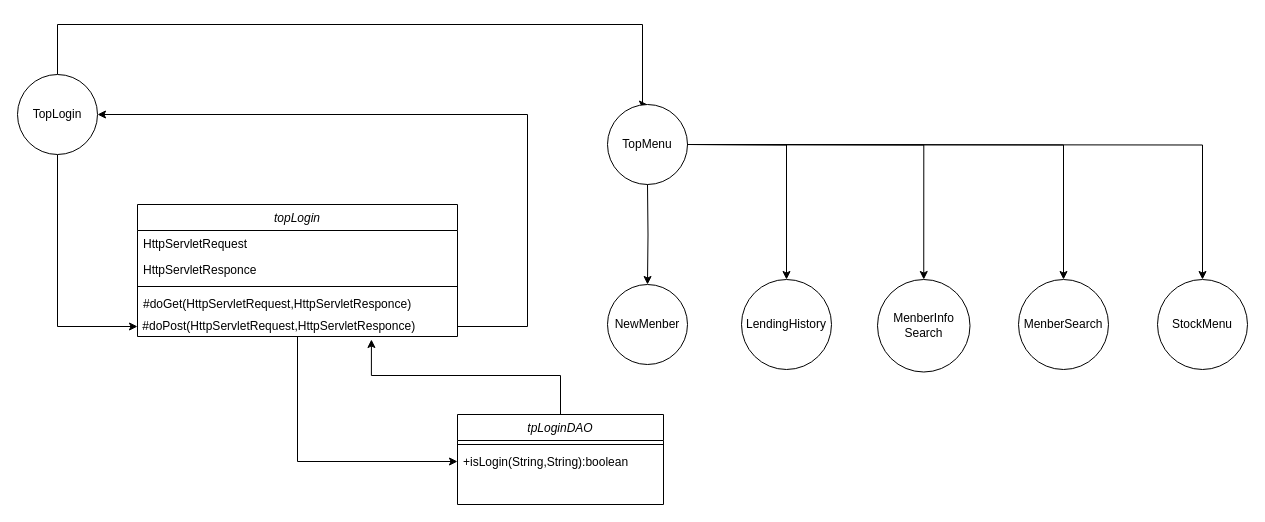
Above: page "topMenu" (1 of 4) of path/内部設計/クラス図.drawio in 2022java42-student004/Library (draw.io), before the change. Source tidied: cells renumbered, new cells numbered last; positions are measured from the earlier drawing's top-left corner, leaving out a move shared by most shapes. Both pictures are drawn from the tidied source at 100%, with x=0, y=0 at pixel (17, 24).
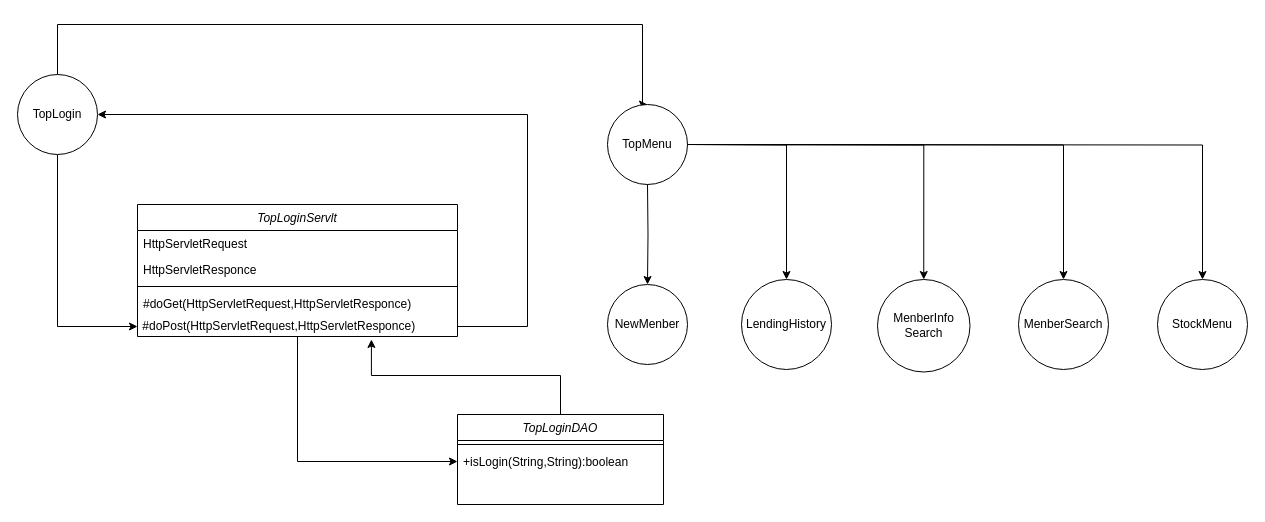
The same diagram, later.

Diff of the diagram source:
```diff
@@
-    <mxCell id="2" value="topLogin" style="swimlane;fontStyle=2;align=center;verticalAlign=top;horizontal=1;startSize=26;rounded=0;shadow=0;strokeWidth=1;" parent="1" vertex="1">
+    <mxCell id="2" value="TopLoginServlt" style="swimlane;fontStyle=2;align=center;verticalAlign=top;horizontal=1;startSize=26;rounded=0;shadow=0;strokeWidth=1;" parent="1" vertex="1">
       <mxGeometry x="120" y="180" width="320" height="132" as="geometry" />
     </mxCell>
@@
-    <mxCell id="12" value="tpLoginDAO" style="swimlane;fontStyle=2;align=center;verticalAlign=top;horizontal=1;startSize=26;rounded=0;shadow=0;strokeWidth=1;" parent="1" vertex="1">
+    <mxCell id="12" value="TopLoginDAO" style="swimlane;fontStyle=2;align=center;verticalAlign=top;horizontal=1;startSize=26;rounded=0;shadow=0;strokeWidth=1;" parent="1" vertex="1">
       <mxGeometry x="440" y="390" width="206" height="90" as="geometry" />
     </mxCell>
```
